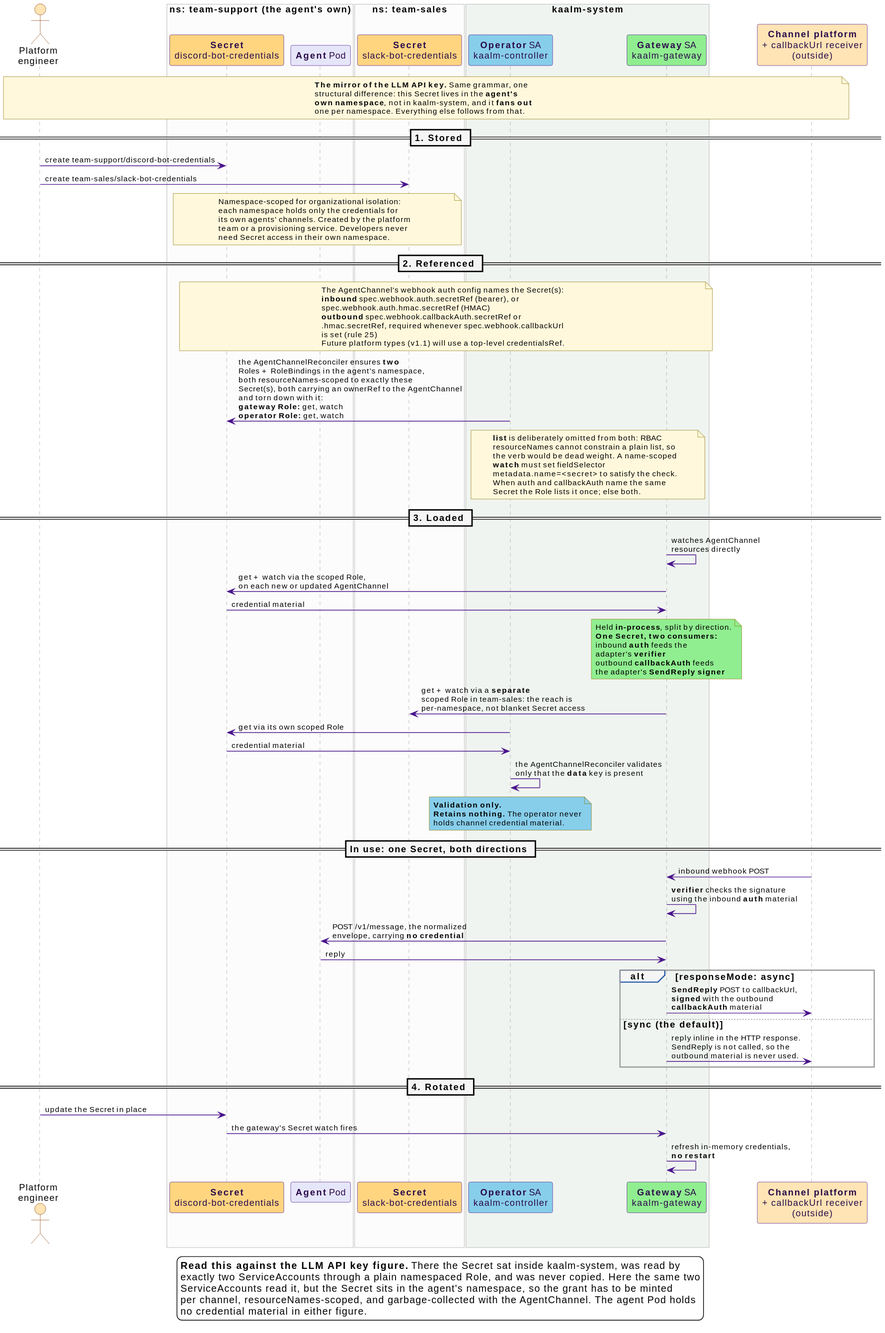
The PlantUML diagram docs/src/diagrams/channel-credential-lifecycle.svg in win07xp/kaalm, before a commit. The source it was exported from:
```plantuml
@startuml
!include _style.puml

skinparam wrapWidth 420
skinparam maxMessageSize 340

actor "Platform\nengineer" as PE #FFE4B5

box "ns: team-support (the agent's own)" #FCFCFC
  participant "**Secret**\ndiscord-bot-credentials" as SEC #FFD580
  participant "**Agent** Pod" as AG #E6E6FA
end box

box "ns: team-sales" #FCFCFC
  participant "**Secret**\nslack-bot-credentials" as SEC2 #FFD580
end box

box "kaalm-system" #F0F4F0
  participant "**Operator** SA\nkaalm-controller" as OP #87CEEB
  participant "**Gateway** SA\nkaalm-gateway" as GW #90EE90
end box

participant "**Channel platform**\n+ callbackUrl receiver\n(outside)" as EXT #FFE4B5

note over PE, EXT #FFF8DC
  **The mirror of the LLM API key.** Same grammar, one
  structural difference: this Secret lives in the **agent's**
  **own namespace**, not in kaalm-system, and it **fans out**
  one per namespace. Everything else follows from that.
end note

== 1. Stored ==

PE -> SEC : create team-support/discord-bot-credentials
PE -> SEC2 : create team-sales/slack-bot-credentials
note over SEC, SEC2 #FFF8DC
  Namespace-scoped for organizational isolation:
  each namespace holds only the credentials for
  its own agents' channels. Created by the platform
  team or a provisioning service. Developers never
  need Secret access in their own namespace.
end note

== 2. Referenced ==

note over SEC, GW #FFF8DC
  The AgentChannel's webhook auth config names the Secret(s):
  **inbound** spec.webhook.auth.secretRef (bearer), or
  spec.webhook.auth.hmac.secretRef (HMAC)
  **outbound** spec.webhook.callbackAuth.secretRef or
  .hmac.secretRef, required whenever spec.webhook.callbackUrl
  is set (rule 25)
  Future platform types (v1.1) will use a top-level credentialsRef.
end note

OP -> SEC : the AgentChannelReconciler ensures **two**\nRoles + RoleBindings in the agent's namespace,\nboth resourceNames-scoped to exactly these\nSecret(s), both carrying an ownerRef to the AgentChannel\nand torn down with it:\n**gateway Role:** get, watch\n**operator Role:** get, watch
note over OP, GW #FFF8DC
  **list** is deliberately omitted from both: RBAC
  resourceNames cannot constrain a plain list, so
  the verb would be dead weight. A name-scoped
  **watch** must set fieldSelector
  metadata.name=<secret> to satisfy the check.
  When auth and callbackAuth name the same
  Secret the Role lists it once; else both.
end note

== 3. Loaded ==

GW -> GW : watches AgentChannel\nresources directly
GW -> SEC : get + watch via the scoped Role,\non each new or updated AgentChannel
SEC -> GW : credential material
note over GW #90EE90
  Held **in-process**, split by direction.
  **One Secret, two consumers:**
  inbound **auth** feeds the
  adapter's **verifier**
  outbound **callbackAuth** feeds
  the adapter's **SendReply signer**
end note
GW -> SEC2 : get + watch via a **separate**\nscoped Role in team-sales: the reach is\nper-namespace, not blanket Secret access

OP -> SEC : get via its own scoped Role
SEC -> OP : credential material
OP -> OP : the AgentChannelReconciler validates\nonly that the **data** key is present
note over OP #87CEEB
  **Validation only.**
  **Retains nothing.** The operator never
  holds channel credential material.
end note

== In use: one Secret, both directions ==

EXT -> GW : inbound webhook POST
GW -> GW : **verifier** checks the signature\nusing the inbound **auth** material
GW -> AG : POST /v1/message, the normalized\nenvelope, carrying **no credential**
AG -> GW : reply
alt responseMode: async
  GW -> EXT : **SendReply** POST to callbackUrl,\n**signed** with the outbound\n**callbackAuth** material
else sync (the default)
  GW -> EXT : reply inline in the HTTP response.\nSendReply is not called, so the\noutbound material is never used.
end

== 4. Rotated ==

PE -> SEC : update the Secret in place
SEC -> GW : the gateway's Secret watch fires
GW -> GW : refresh in-memory credentials,\n**no restart**

legend bottom
  **Read this against the LLM API key figure.** There the Secret sat inside kaalm-system, was read by
  exactly two ServiceAccounts through a plain namespaced Role, and was never copied. Here the same two
  ServiceAccounts read it, but the Secret sits in the agent's namespace, so the grant has to be minted
  per channel, resourceNames-scoped, and garbage-collected with the AgentChannel. The agent Pod holds
  no credential material in either figure.
endlegend
@enduml
```
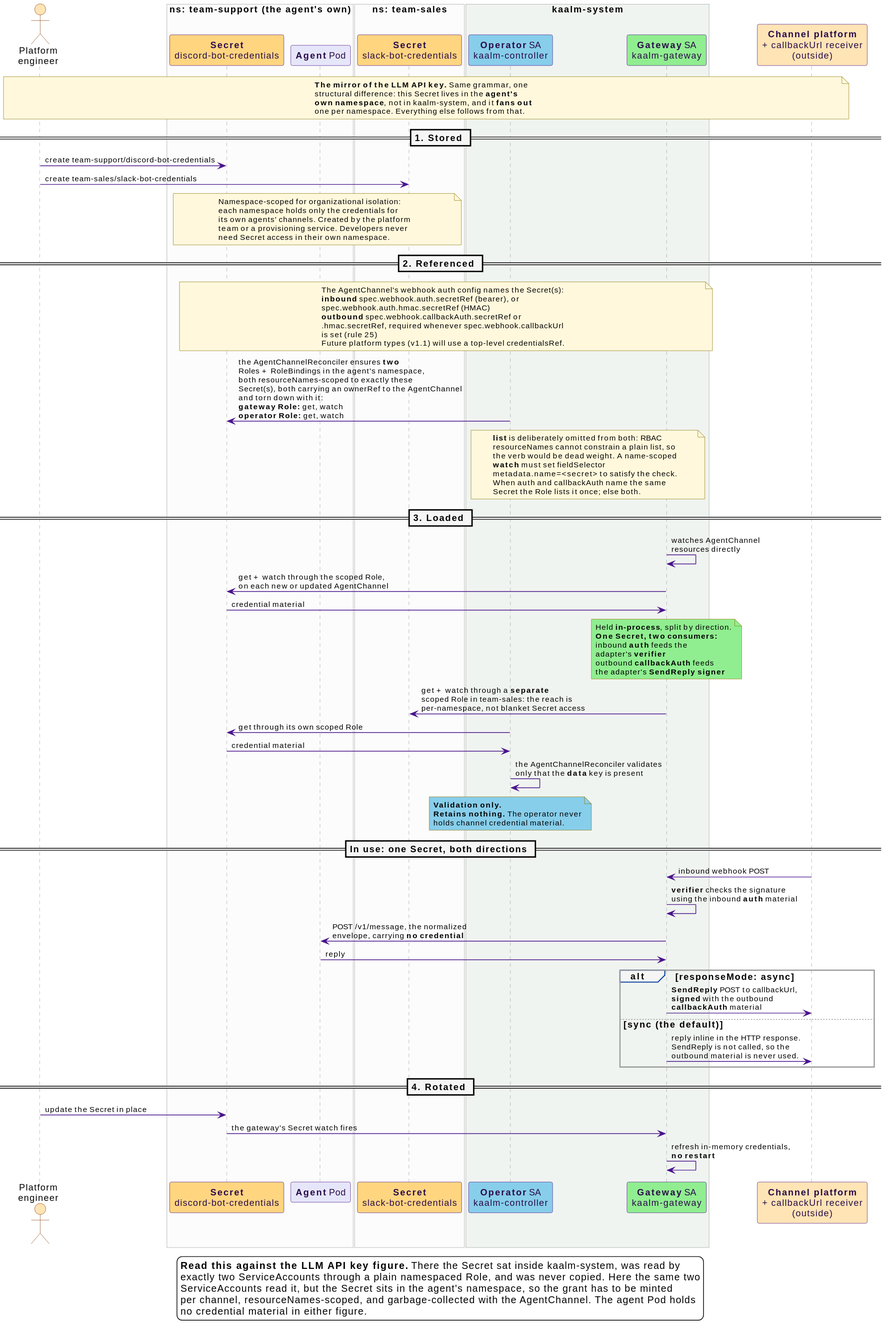
Above is the later version.

Change to the diagram source:
```diff
@@ -67,7 +67,7 @@
 == 3. Loaded ==
 
 GW -> GW : watches AgentChannel\nresources directly
-GW -> SEC : get + watch via the scoped Role,\non each new or updated AgentChannel
+GW -> SEC : get + watch through the scoped Role,\non each new or updated AgentChannel
 SEC -> GW : credential material
 note over GW #90EE90
   Held **in-process**, split by direction.
@@ -77,9 +77,9 @@
   outbound **callbackAuth** feeds
   the adapter's **SendReply signer**
 end note
-GW -> SEC2 : get + watch via a **separate**\nscoped Role in team-sales: the reach is\nper-namespace, not blanket Secret access
+GW -> SEC2 : get + watch through a **separate**\nscoped Role in team-sales: the reach is\nper-namespace, not blanket Secret access
 
-OP -> SEC : get via its own scoped Role
+OP -> SEC : get through its own scoped Role
 SEC -> OP : credential material
 OP -> OP : the AgentChannelReconciler validates\nonly that the **data** key is present
 note over OP #87CEEB
```
